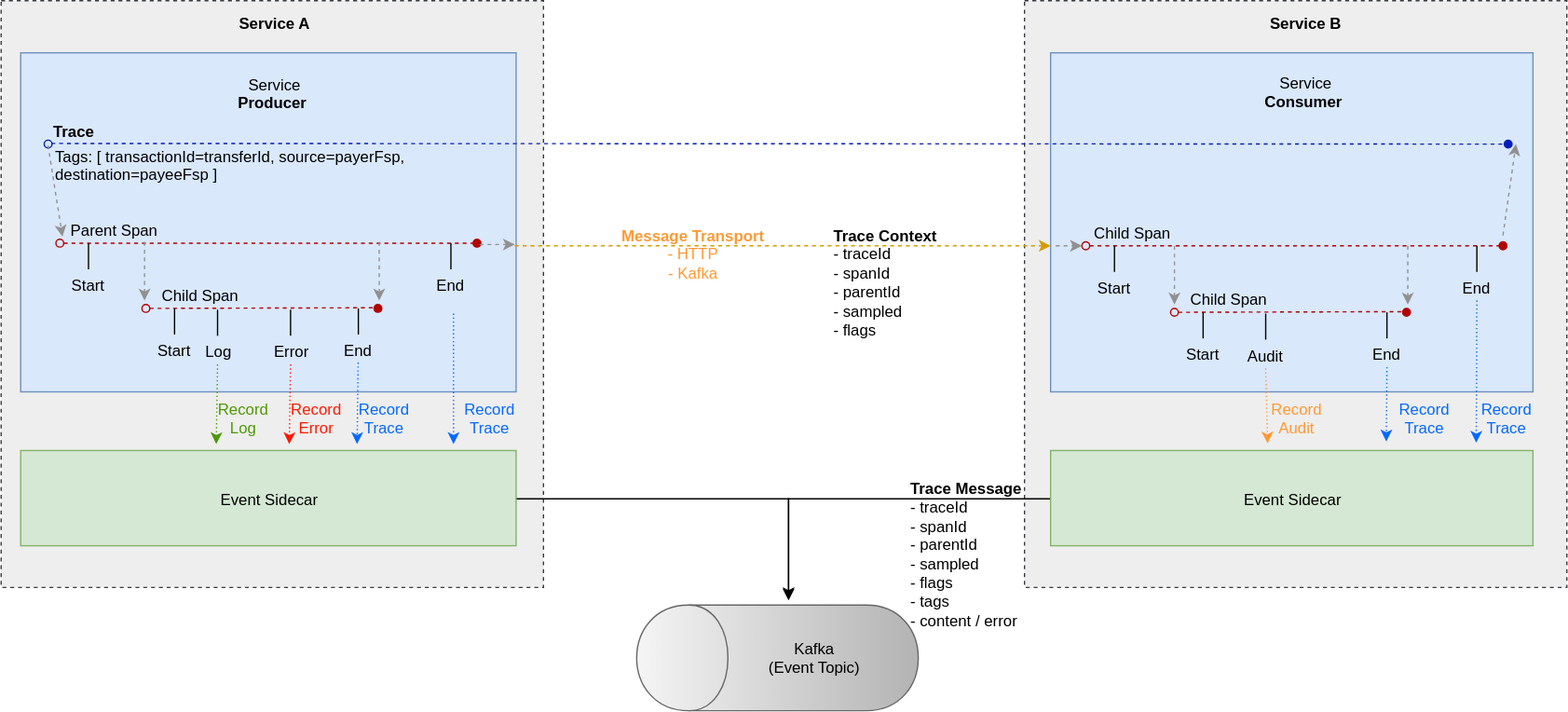
Earlier version of the draw.io export mojaloop-technical-overview/event-framework/assets/diagrams/architecture/architecture-event-trace.svg (mojaloop/documentation). Source tidied: cells renumbered, new cells last; positions are measured from the earlier drawing's top-left corner, leaving out a move shared by most shapes.
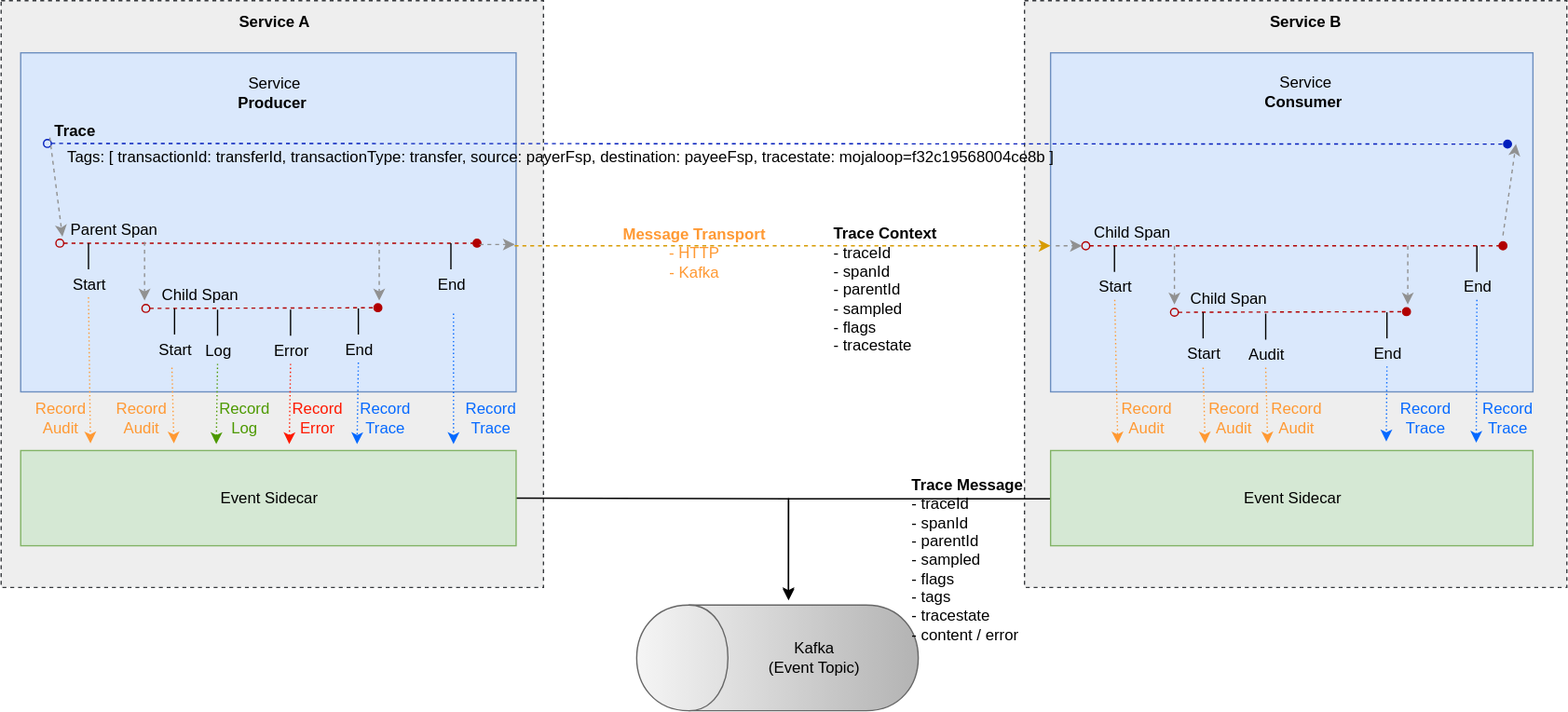
The same diagram one commit later.

Commit message:
Updated component arch diagram for PI8, and also added legacy links

Diff of the diagram source:
```diff
@@ -110,14 +110,14 @@
     <mxCell id="27" value="End&lt;br&gt;" style="text;html=1;strokeColor=none;fillColor=none;align=center;verticalAlign=middle;whiteSpace=wrap;rounded=0;" parent="1" vertex="1">
       <mxGeometry x="254" y="257.5" width="40" height="20" as="geometry" />
     </mxCell>
-    <mxCell id="28" value="&lt;div style=&quot;text-align: justify&quot;&gt;&lt;span&gt;&lt;b&gt;Trace Context&lt;/b&gt;&lt;/span&gt;&lt;br&gt;&lt;span&gt;- traceId&lt;/span&gt;&lt;br&gt;&lt;span&gt;- spanId&lt;/span&gt;&lt;br&gt;&lt;span&gt;- parentId&lt;/span&gt;&lt;br&gt;&lt;/div&gt;&lt;div style=&quot;text-align: justify&quot;&gt;&lt;span&gt;- sampled&lt;/span&gt;&lt;/div&gt;&lt;div style=&quot;text-align: justify&quot;&gt;&lt;span&gt;- flags&lt;/span&gt;&lt;/div&gt;" style="text;html=1;strokeColor=none;fillColor=none;align=center;verticalAlign=middle;whiteSpace=wrap;rounded=0;" parent="1" vertex="1">
-      <mxGeometry x="636" y="202.5" width="83" height="25" as="geometry" />
+    <mxCell id="28" value="&lt;div style=&quot;text-align: justify&quot;&gt;&lt;span&gt;&lt;b&gt;Trace Context&lt;/b&gt;&lt;/span&gt;&lt;br&gt;&lt;span&gt;- traceId&lt;/span&gt;&lt;br&gt;&lt;span&gt;- spanId&lt;/span&gt;&lt;br&gt;&lt;span&gt;- parentId&lt;/span&gt;&lt;br&gt;&lt;/div&gt;&lt;div style=&quot;text-align: justify&quot;&gt;&lt;span&gt;- sampled&lt;/span&gt;&lt;/div&gt;&lt;div style=&quot;text-align: justify&quot;&gt;&lt;span&gt;- flags&lt;/span&gt;&lt;/div&gt;&lt;div style=&quot;text-align: justify&quot;&gt;&lt;span&gt;- tracestate&lt;/span&gt;&lt;/div&gt;" style="text;html=1;strokeColor=none;fillColor=none;align=center;verticalAlign=middle;whiteSpace=wrap;rounded=0;" parent="1" vertex="1">
+      <mxGeometry x="636" y="209.5" width="83" height="25" as="geometry" />
     </mxCell>
     <mxCell id="29" value="Service&lt;br&gt;&lt;b&gt;Producer&lt;/b&gt;&amp;nbsp;" style="text;html=1;strokeColor=none;fillColor=none;align=center;verticalAlign=middle;whiteSpace=wrap;rounded=0;" parent="1" vertex="1">
       <mxGeometry x="144" y="61" width="130" height="20" as="geometry" />
     </mxCell>
-    <mxCell id="30" value="&lt;div style=&quot;text-align: left&quot;&gt;&lt;span&gt;Tags: [ transactionId=transferId, source=payerFsp,&amp;nbsp;&lt;/span&gt;&lt;/div&gt;&lt;div style=&quot;text-align: left&quot;&gt;&lt;span&gt;destination=payeeFsp ]&lt;/span&gt;&lt;/div&gt;" style="text;html=1;strokeColor=none;fillColor=none;align=center;verticalAlign=middle;whiteSpace=wrap;rounded=0;" parent="1" vertex="1">
-      <mxGeometry x="28" y="116" width="297" height="20" as="geometry" />
+    <mxCell id="30" value="&lt;div style=&quot;text-align: left&quot;&gt;&lt;span&gt;Tags: [ transactionId: transferId, transactionType: transfer, source: payerFsp,&amp;nbsp;&lt;/span&gt;&lt;span&gt;destination: payeeFsp, tracestate: mojaloop=&lt;/span&gt;&lt;span&gt;f32c19568004ce8b&lt;/span&gt;&lt;span&gt;&amp;nbsp;]&lt;/span&gt;&lt;/div&gt;" style="text;html=1;strokeColor=none;fillColor=none;align=center;verticalAlign=middle;whiteSpace=wrap;rounded=0;" parent="1" vertex="1">
+      <mxGeometry x="15" y="110" width="827" height="20" as="geometry" />
     </mxCell>
     <mxCell id="31" style="endArrow=oval;dashed=1;html=1;startArrow=oval;startFill=0;endFill=1;fillColor=#e51400;strokeColor=#B20000;" parent="1" edge="1">
       <mxGeometry relative="1" as="geometry">
@@ -241,8 +241,8 @@
     <mxCell id="57" value="Service B" style="text;html=1;strokeColor=none;fillColor=none;align=center;verticalAlign=middle;whiteSpace=wrap;rounded=0;fontStyle=1;" parent="1" vertex="1">
       <mxGeometry x="935" y="7" width="130" height="20" as="geometry" />
     </mxCell>
-    <mxCell id="58" value="&lt;div style=&quot;text-align: justify&quot;&gt;&lt;div&gt;&lt;b&gt;Trace Message&lt;/b&gt;&lt;br&gt;- traceId&lt;br&gt;- spanId&lt;br&gt;- parentId&lt;br&gt;&lt;/div&gt;&lt;div&gt;- sampled&lt;/div&gt;&lt;div&gt;- flags&lt;/div&gt;&lt;div&gt;- tags&lt;/div&gt;&lt;div&gt;- content / error&lt;/div&gt;&lt;/div&gt;" style="text;html=1;strokeColor=none;fillColor=none;align=center;verticalAlign=middle;whiteSpace=wrap;rounded=0;" parent="1" vertex="1">
-      <mxGeometry x="688" y="410" width="103" height="25" as="geometry" />
+    <mxCell id="58" value="&lt;div style=&quot;text-align: justify&quot;&gt;&lt;div&gt;&lt;b&gt;Trace Message&lt;/b&gt;&lt;br&gt;- traceId&lt;br&gt;- spanId&lt;br&gt;- parentId&lt;br&gt;&lt;/div&gt;&lt;div&gt;- sampled&lt;/div&gt;&lt;div&gt;- flags&lt;/div&gt;&lt;div&gt;- tags&lt;/div&gt;&lt;div&gt;- tracestate&lt;br&gt;&lt;/div&gt;&lt;div&gt;- content / error&lt;/div&gt;&lt;/div&gt;" style="text;html=1;strokeColor=none;fillColor=none;align=center;verticalAlign=middle;whiteSpace=wrap;rounded=0;" parent="1" vertex="1">
+      <mxGeometry x="689" y="416" width="103" height="25" as="geometry" />
     </mxCell>
     <mxCell id="59" style="endArrow=classic;html=1;fontColor=#0000FF;strokeColor=#0569FF;dashed=1;dashPattern=1 2;exitX=0.5;exitY=1;exitDx=0;exitDy=0;" parent="1" edge="1" source="21">
       <mxGeometry relative="1" as="geometry">
@@ -310,5 +310,39 @@
     <mxCell id="74" value="Record Log&lt;br&gt;" style="text;html=1;strokeColor=none;fillColor=none;align=center;verticalAlign=middle;whiteSpace=wrap;rounded=0;fontColor=#4D9900;" parent="1" vertex="1">
       <mxGeometry x="166" y="310" width="40" height="20" as="geometry" />
     </mxCell>
+    <mxCell id="75" style="endArrow=classic;html=1;fontColor=#FF9933;strokeColor=#FF9933;dashed=1;dashPattern=1 2;fillColor=#60a917;exitX=0.5;exitY=1;exitDx=0;exitDy=0;" parent="1" edge="1">
+      <mxGeometry relative="1" as="geometry">
+        <mxPoint x="922" y="281.5" as="sourcePoint" />
+        <mxPoint x="923.5" y="339.5" as="targetPoint" />
+      </mxGeometry>
+    </mxCell>
+    <mxCell id="76" value="Record&lt;br&gt;Audit&lt;br&gt;" style="text;html=1;strokeColor=none;fillColor=none;align=center;verticalAlign=middle;whiteSpace=wrap;rounded=0;fontColor=#FF9933;" parent="1" vertex="1">
+      <mxGeometry x="924.5" y="309.5" width="40" height="20" as="geometry" />
+    </mxCell>
+    <mxCell id="77" style="endArrow=classic;html=1;fontColor=#FF9933;strokeColor=#FF9933;dashed=1;dashPattern=1 2;fillColor=#60a917;" parent="1" edge="1" source="19">
+      <mxGeometry relative="1" as="geometry">
+        <mxPoint x="856.5" y="339.5" as="targetPoint" />
+      </mxGeometry>
+    </mxCell>
+    <mxCell id="78" value="Record&lt;br&gt;Audit&lt;br&gt;" style="text;html=1;strokeColor=none;fillColor=none;align=center;verticalAlign=middle;whiteSpace=wrap;rounded=0;fontColor=#FF9933;" parent="1" vertex="1">
+      <mxGeometry x="857.5" y="309.5" width="40" height="20" as="geometry" />
+    </mxCell>
+    <mxCell id="79" style="endArrow=classic;html=1;fontColor=#FF9933;strokeColor=#FF9933;dashed=1;dashPattern=1 2;fillColor=#60a917;exitX=0.5;exitY=1;exitDx=0;exitDy=0;" parent="1" edge="1">
+      <mxGeometry relative="1" as="geometry">
+        <mxPoint x="131" y="281.5" as="sourcePoint" />
+        <mxPoint x="132.5" y="339.5" as="targetPoint" />
+      </mxGeometry>
+    </mxCell>
+    <mxCell id="80" style="endArrow=classic;html=1;fontColor=#FF9933;strokeColor=#FF9933;dashed=1;dashPattern=1 2;fillColor=#60a917;exitX=0.5;exitY=1;exitDx=0;exitDy=0;" parent="1" edge="1" source="13">
+      <mxGeometry relative="1" as="geometry">
+        <mxPoint x="68.5" y="339.5" as="targetPoint" />
+      </mxGeometry>
+    </mxCell>
+    <mxCell id="81" value="Record&lt;br&gt;Audit&lt;br&gt;" style="text;html=1;strokeColor=none;fillColor=none;align=center;verticalAlign=middle;whiteSpace=wrap;rounded=0;fontColor=#FF9933;" parent="1" vertex="1">
+      <mxGeometry x="87" y="309.5" width="40" height="20" as="geometry" />
+    </mxCell>
+    <mxCell id="82" value="Record&lt;br&gt;Audit&lt;br&gt;" style="text;html=1;strokeColor=none;fillColor=none;align=center;verticalAlign=middle;whiteSpace=wrap;rounded=0;fontColor=#FF9933;" parent="1" vertex="1">
+      <mxGeometry x="25" y="309.5" width="40" height="20" as="geometry" />
+    </mxCell>
   </root>
 </mxGraphModel>
```
